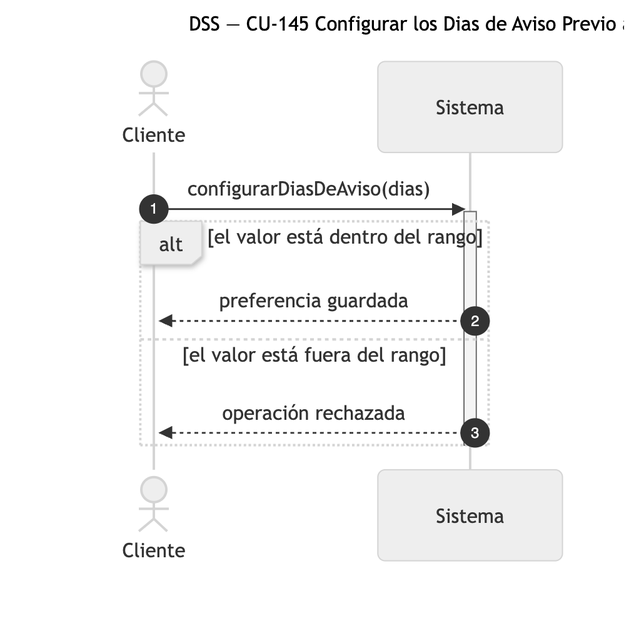
Above: diagramas/png/DSS_CU-145_Configurar-los-Dias-de-Aviso-Previo-a-la-Recompra.png in Nahuelito-Dev/splg-docs (Mermaid), before the change. Its source is kept beside it as diagramas/DSS_CU-145_Configurar-los-Dias-de-Aviso-Previo-a-la-Recompra.mmd. The source it was exported from:
```mermaid
sequenceDiagram
    title DSS — CU-145 Configurar los Dias de Aviso Previo a la Recompra
    autonumber
    actor CLI as Cliente
    participant SIS as Sistema

    CLI->>SIS: configurarDiasDeAviso(dias)
    activate SIS
    alt el valor está dentro del rango
        SIS-->>CLI: preferencia guardada
    else el valor está fuera del rango
        SIS-->>CLI: operación rechazada
    end
    deactivate SIS
```
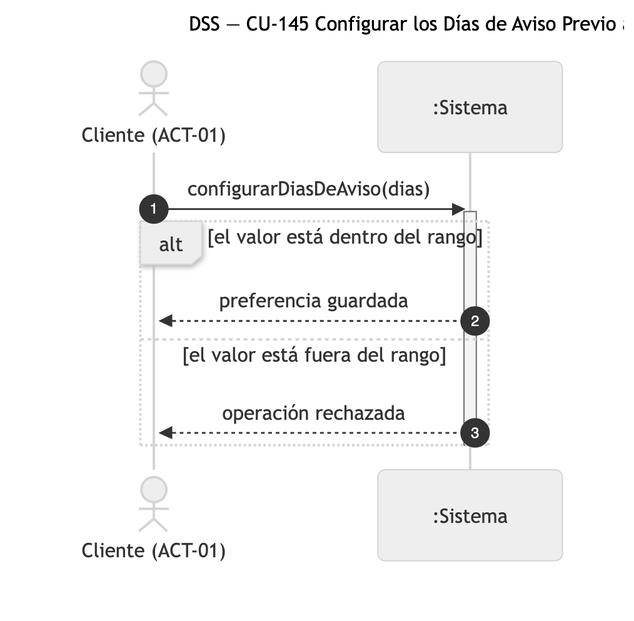
Later version of the same file.

Change to the diagram source:
```diff
@@ -1,8 +1,8 @@
 sequenceDiagram
-    title DSS — CU-145 Configurar los Dias de Aviso Previo a la Recompra
+    title DSS — CU-145 Configurar los Días de Aviso Previo a la Recompra
     autonumber
-    actor CLI as Cliente
-    participant SIS as Sistema
+    actor CLI as Cliente (ACT-01)
+    participant SIS as :Sistema
 
     CLI->>SIS: configurarDiasDeAviso(dias)
     activate SIS
```
